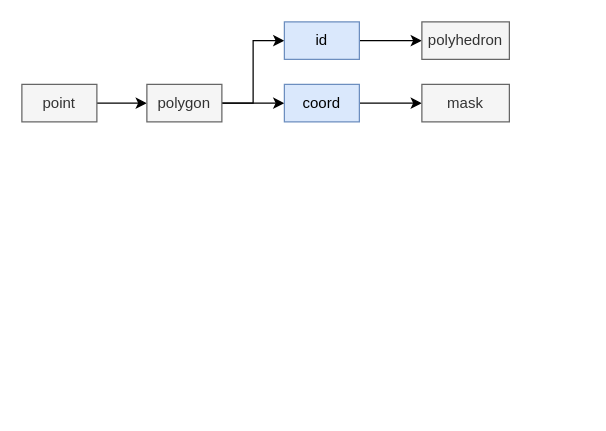
This is 未命名绘图.drawio from FicmillaR/drawio, a draw.io file, before an edit. Source tidied: cells renumbered, new cells numbered last; positions are measured from the earlier drawing's top-left corner, leaving out a move shared by most shapes. Both pictures are drawn from the tidied source at 125%, with x=0, y=0 at pixel (21, 21).
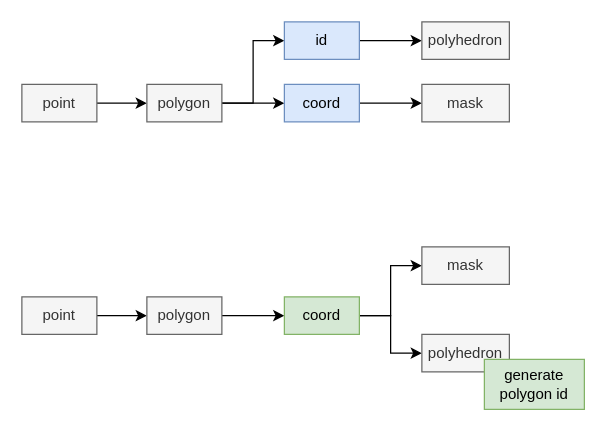
After the change.

Commit message (it also covers changes not shown here):
更新未命名绘图.drawio

Change to the diagram source:
```diff
@@
+    <mxCell id="13" style="edgeStyle=orthogonalEdgeStyle;rounded=0;jettySize=auto;html=1;entryX=0;entryY=0.5;entryDx=0;entryDy=0;" parent="1" edge="1" source="14" target="16">
+      <mxGeometry relative="1" as="geometry" />
+    </mxCell>
+    <mxCell id="14" value="point" style="rounded=0;whiteSpace=wrap;html=1;fillColor=#f5f5f5;fontColor=#333333;strokeColor=#666666;" parent="1" vertex="1">
+      <mxGeometry y="220" width="60" height="30" as="geometry" />
+    </mxCell>
+    <mxCell id="15" style="edgeStyle=orthogonalEdgeStyle;rounded=0;jettySize=auto;html=1;entryX=0;entryY=0.5;entryDx=0;entryDy=0;" parent="1" edge="1" source="16" target="19">
+      <mxGeometry relative="1" as="geometry" />
+    </mxCell>
+    <mxCell id="16" value="polygon" style="rounded=0;whiteSpace=wrap;html=1;fillColor=#f5f5f5;fontColor=#333333;strokeColor=#666666;" parent="1" vertex="1">
+      <mxGeometry x="100" y="220" width="60" height="30" as="geometry" />
+    </mxCell>
+    <mxCell id="17" style="edgeStyle=orthogonalEdgeStyle;rounded=0;jettySize=auto;html=1;exitX=1;exitY=0.5;exitDx=0;exitDy=0;entryX=0;entryY=0.5;entryDx=0;entryDy=0;" parent="1" edge="1" source="19" target="20">
+      <mxGeometry relative="1" as="geometry" />
+    </mxCell>
+    <mxCell id="18" style="edgeStyle=orthogonalEdgeStyle;rounded=0;jettySize=auto;html=1;exitX=1;exitY=0.5;exitDx=0;exitDy=0;" parent="1" edge="1" source="19" target="21">
+      <mxGeometry relative="1" as="geometry" />
+    </mxCell>
+    <mxCell id="19" value="coord" style="rounded=0;whiteSpace=wrap;html=1;fillColor=#d5e8d4;strokeColor=#82b366;" parent="1" vertex="1">
+      <mxGeometry x="210" y="220" width="60" height="30" as="geometry" />
+    </mxCell>
+    <mxCell id="20" value="mask" style="rounded=0;whiteSpace=wrap;html=1;fillColor=#f5f5f5;fontColor=#333333;strokeColor=#666666;" parent="1" vertex="1">
+      <mxGeometry x="320" y="180" width="70" height="30" as="geometry" />
+    </mxCell>
+    <mxCell id="21" value="polyhedron" style="rounded=0;whiteSpace=wrap;html=1;fillColor=#f5f5f5;fontColor=#333333;strokeColor=#666666;" parent="1" vertex="1">
+      <mxGeometry x="320" y="250" width="70" height="30" as="geometry" />
+    </mxCell>
+    <mxCell id="22" value="generate polygon id" style="rounded=0;whiteSpace=wrap;html=1;fillColor=#d5e8d4;strokeColor=#82b366;" parent="1" vertex="1">
+      <mxGeometry x="370" y="270" width="80" height="40" as="geometry" />
+    </mxCell>
```
